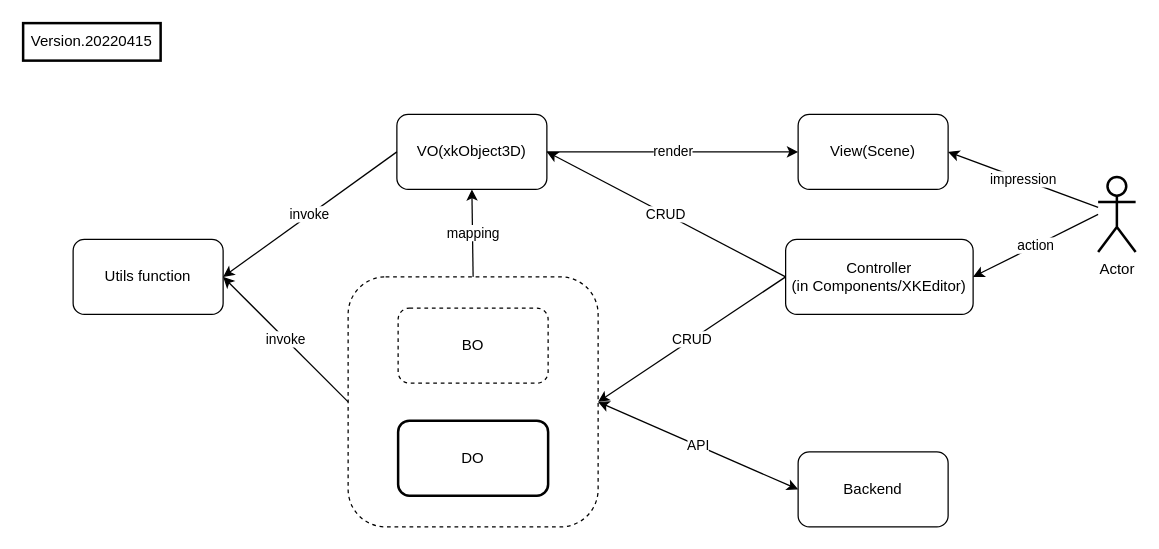
Earlier version of the draw.io diagram xk/frontend_cad.general.drawio (fqd511/charts). Source tidied: cells renumbered, new cells numbered last; positions are measured from the earlier drawing's top-left corner, leaving out a move shared by most shapes. Both pictures are drawn from the tidied source at 125%, with x=0, y=0 at pixel (22, 22).
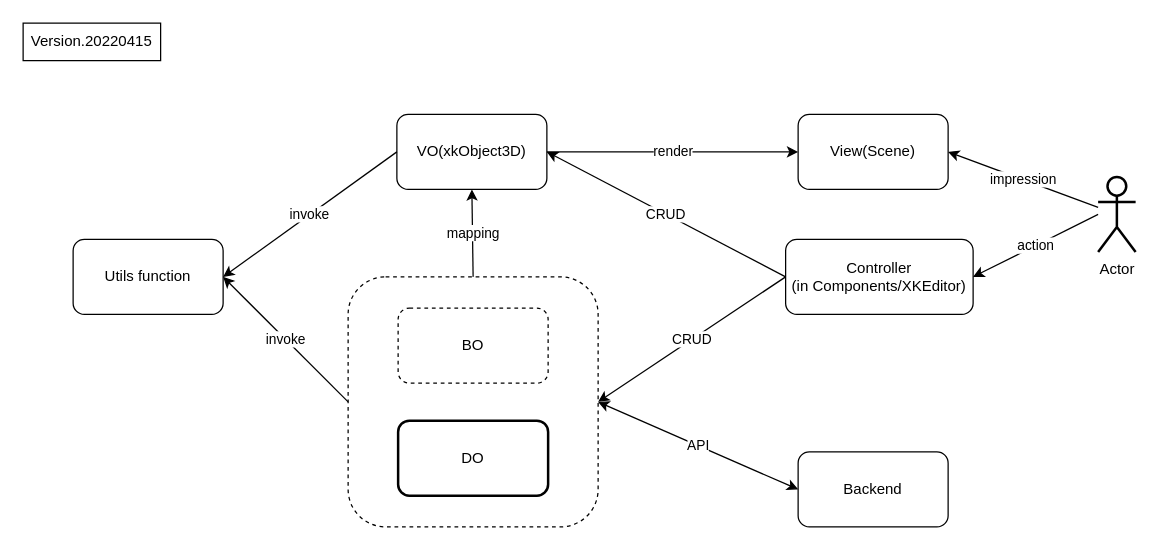
Above is the later version.

Commit message:
Update frontend_cad.general.drawio version tag border width

The edit, as a diff of the source:
```diff
@@
-    <mxCell id="22" value="Version.20220415" style="rounded=0;whiteSpace=wrap;html=1;strokeWidth=2;fillColor=none;" parent="1" vertex="1">
+    <mxCell id="22" value="Version.20220415" style="rounded=0;whiteSpace=wrap;html=1;strokeWidth=1;fillColor=none;" parent="1" vertex="1">
       <mxGeometry width="110" height="30" as="geometry" />
     </mxCell>
```
